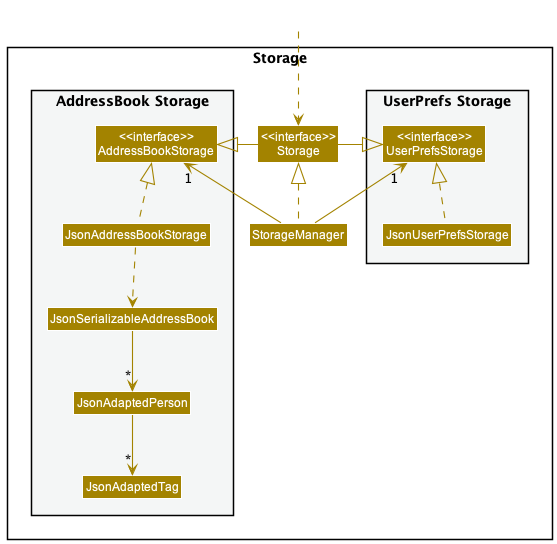
This is docs/images/StorageClassDiagram.png from nus-cs2103-AY2223S2/tp, a PlantUML export, as it was before one commit.
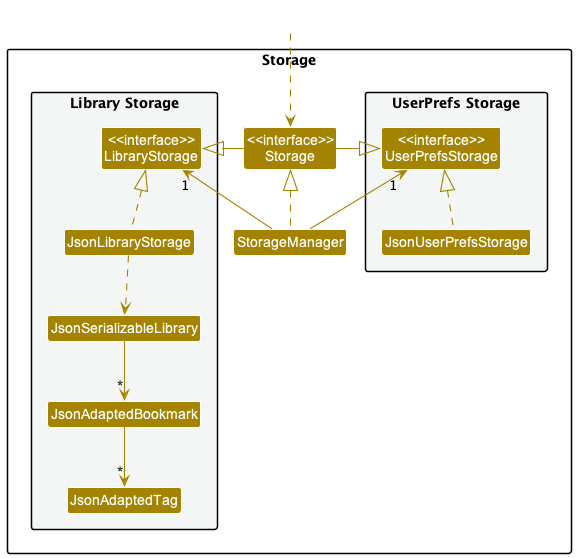
After the commit.

What changed in the source:
```diff
@@ -14,11 +14,11 @@
 Class "<<interface>>\nStorage" as Storage
 Class StorageManager
 
-package "AddressBook Storage" #F4F6F6{
-Class "<<interface>>\nAddressBookStorage" as AddressBookStorage
-Class JsonAddressBookStorage
-Class JsonSerializableAddressBook
-Class JsonAdaptedPerson
+package "Library Storage" #F4F6F6{
+Class "<<interface>>\nLibraryStorage" as LibraryStorage
+Class JsonLibraryStorage
+Class JsonSerializableLibrary
+Class JsonAdaptedBookmark
 Class JsonAdaptedTag
 }
 
@@ -29,15 +29,15 @@
 
 StorageManager .up.|> Storage
 StorageManager -up-> "1" UserPrefsStorage
-StorageManager -up-> "1" AddressBookStorage
+StorageManager -up-> "1" LibraryStorage
 
 Storage -left-|> UserPrefsStorage
-Storage -right-|> AddressBookStorage
+Storage -right-|> LibraryStorage
 
 JsonUserPrefsStorage .up.|> UserPrefsStorage
-JsonAddressBookStorage .up.|> AddressBookStorage
-JsonAddressBookStorage ..> JsonSerializableAddressBook
-JsonSerializableAddressBook --> "*" JsonAdaptedPerson
-JsonAdaptedPerson --> "*" JsonAdaptedTag
+JsonLibraryStorage .up.|> LibraryStorage
+JsonLibraryStorage ..> JsonSerializableLibrary
+JsonSerializableLibrary --> "*" JsonAdaptedBookmark
+JsonAdaptedBookmark --> "*" JsonAdaptedTag
 
 @enduml
```
